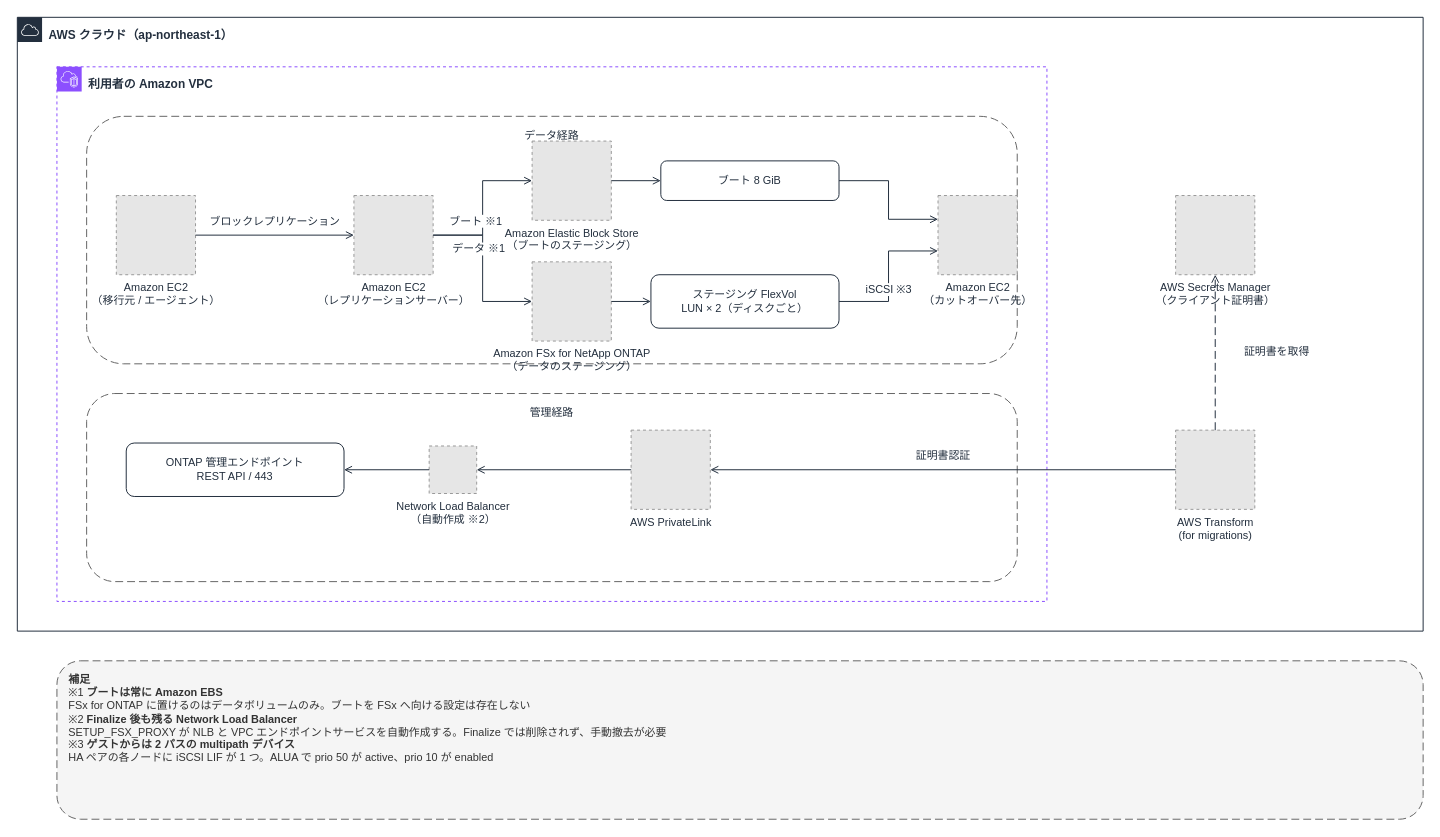
Before: docs/_assets/diagrams/atx-fsxn-migration-overview.drawio in Yoshiki0705/vmware-migration-ec2-ontap, a draw.io diagram. Source tidied: cells renumbered, new cells numbered last; positions are measured from the earlier drawing's top-left corner, leaving out a move shared by most shapes. Both pictures are drawn from the tidied source at 99%, with x=0, y=0 at pixel (17, 17). Pictures stored in the file or linked from it are replaced by grey dashed boxes.
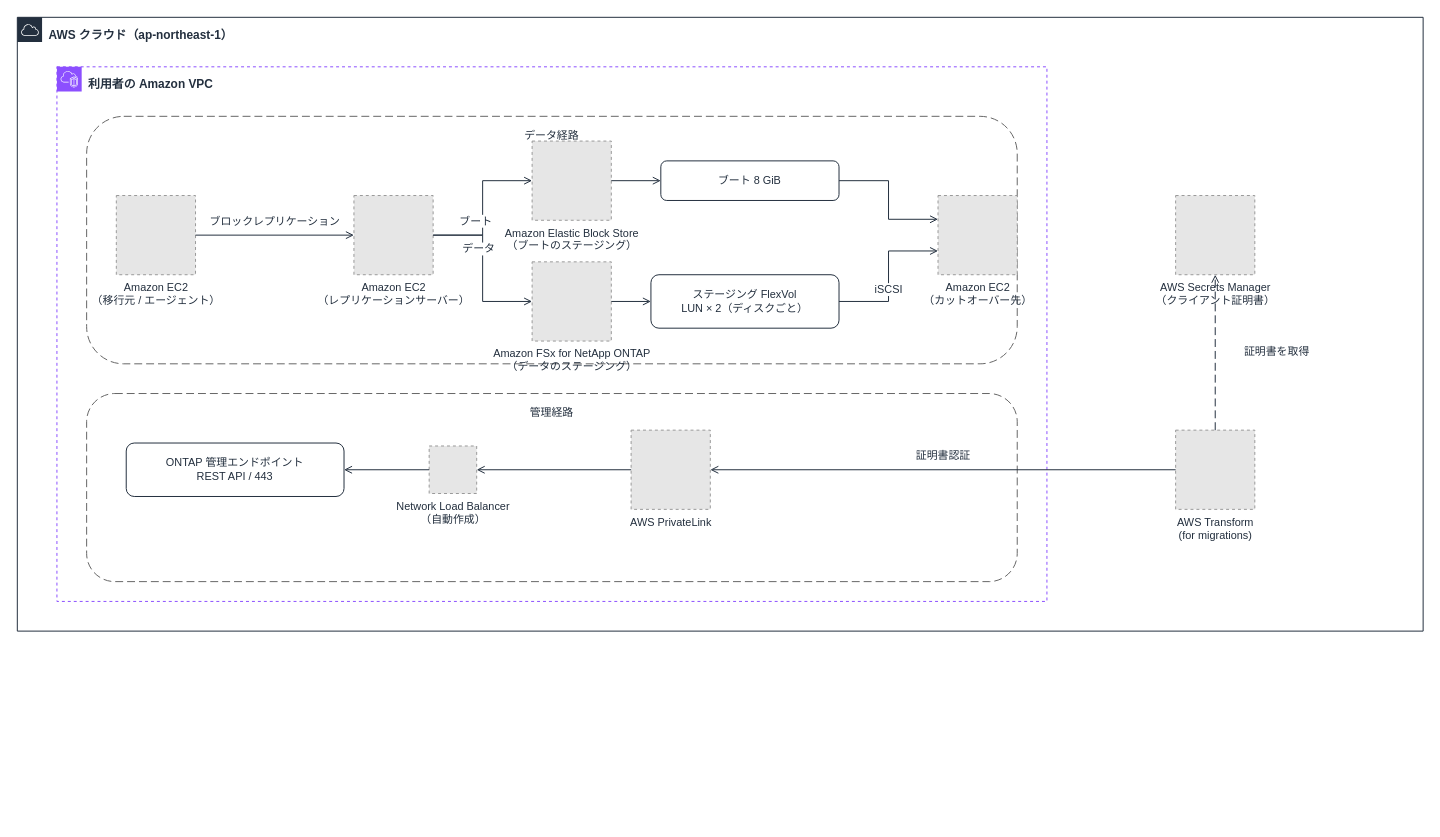
Above is the later version.

The change refers to these unchanged cells:
```xml
<mxCell id="7" value="ステージング FlexVol&#10;LUN × 2（ディスクごと）" style="rounded=1;whiteSpace=wrap;html=1;strokeColor=#232F3E;fillColor=none;fontColor=#232F3E;fontSize=11;verticalAlign=middle;align=center;" parent="1" vertex="1">
  <mxGeometry x="640" y="260" width="190" height="54" as="geometry" />
</mxCell>
<mxCell id="10" value="Amazon EC2&#10;（レプリケーションサーバー）" style="fillColor=#E6E6E6;strokeColor=#999999;dashed=1;html=1;verticalLabelPosition=bottom;verticalAlign=top;labelPosition=center;align=center;fontSize=11;fontColor=#232F3E;" parent="1" vertex="1">
  <mxGeometry x="340" y="180" width="80" height="80" as="geometry" />
</mxCell>
<mxCell id="11" value="Amazon Elastic Block Store&#10;（ブートのステージング）" style="fillColor=#E6E6E6;strokeColor=#999999;dashed=1;html=1;verticalLabelPosition=bottom;verticalAlign=top;labelPosition=center;align=center;fontSize=11;fontColor=#232F3E;" parent="1" vertex="1">
  <mxGeometry x="520" y="125" width="80" height="80" as="geometry" />
</mxCell>
<mxCell id="12" value="Amazon FSx for NetApp ONTAP&#10;（データのステージング）" style="fillColor=#E6E6E6;strokeColor=#999999;dashed=1;html=1;verticalLabelPosition=bottom;verticalAlign=top;labelPosition=center;align=center;fontSize=11;fontColor=#232F3E;" parent="1" vertex="1">
  <mxGeometry x="520" y="247" width="80" height="80" as="geometry" />
</mxCell>
<mxCell id="13" value="Amazon EC2&#10;（カットオーバー先）" style="fillColor=#E6E6E6;strokeColor=#999999;dashed=1;html=1;verticalLabelPosition=bottom;verticalAlign=top;labelPosition=center;align=center;fontSize=11;fontColor=#232F3E;" parent="1" vertex="1">
  <mxGeometry x="930" y="180" width="80" height="80" as="geometry" />
</mxCell>
```

Diff of the diagram source:
```diff
@@
-    <mxCell id="14" value="Network Load Balancer&#10;（自動作成 ※2）" style="fillColor=#E6E6E6;strokeColor=#999999;dashed=1;html=1;verticalLabelPosition=bottom;verticalAlign=top;labelPosition=center;align=center;fontSize=11;fontColor=#232F3E;" parent="1" vertex="1">
+    <mxCell id="14" value="Network Load Balancer&#10;（自動作成）" style="fillColor=#E6E6E6;strokeColor=#999999;dashed=1;html=1;verticalLabelPosition=bottom;verticalAlign=top;labelPosition=center;align=center;fontSize=11;fontColor=#232F3E;" parent="1" vertex="1">
       <mxGeometry x="416" y="433" width="48" height="48" as="geometry" />
     </mxCell>
@@
-    <mxCell id="19" value="ブート ※1" style="edgeStyle=orthogonalEdgeStyle;rounded=0;html=1;endArrow=open;endFill=0;strokeColor=#232F3E;strokeWidth=1;fontSize=11;fontColor=#232F3E;labelBackgroundColor=#FFFFFF;exitX=1;exitY=0.5;exitDx=0;exitDy=0;entryX=0;entryY=0.5;entryDx=0;entryDy=0;" parent="1" edge="1" source="10" target="11">
+    <mxCell id="19" value="ブート" style="edgeStyle=orthogonalEdgeStyle;rounded=0;html=1;endArrow=open;endFill=0;strokeColor=#232F3E;strokeWidth=1;fontSize=11;fontColor=#232F3E;labelBackgroundColor=#FFFFFF;exitX=1;exitY=0.5;exitDx=0;exitDy=0;entryX=0;entryY=0.5;entryDx=0;entryDy=0;" parent="1" edge="1" source="10" target="11">
       <mxGeometry x="-0.45" relative="1" as="geometry">
         <mxPoint y="-14" as="offset" />
       </mxGeometry>
     </mxCell>
-    <mxCell id="20" value="データ ※1" style="edgeStyle=orthogonalEdgeStyle;rounded=0;html=1;endArrow=open;endFill=0;strokeColor=#232F3E;strokeWidth=1;fontSize=11;fontColor=#232F3E;labelBackgroundColor=#FFFFFF;exitX=1;exitY=0.5;exitDx=0;exitDy=0;entryX=0;entryY=0.5;entryDx=0;entryDy=0;" parent="1" edge="1" source="10" target="12">
+    <mxCell id="20" value="データ" style="edgeStyle=orthogonalEdgeStyle;rounded=0;html=1;endArrow=open;endFill=0;strokeColor=#232F3E;strokeWidth=1;fontSize=11;fontColor=#232F3E;labelBackgroundColor=#FFFFFF;exitX=1;exitY=0.5;exitDx=0;exitDy=0;entryX=0;entryY=0.5;entryDx=0;entryDy=0;" parent="1" edge="1" source="10" target="12">
       <mxGeometry x="-0.45" relative="1" as="geometry">
         <mxPoint y="14" as="offset" />
       </mxGeometry>
     </mxCell>
@@
-    <mxCell id="24" value="iSCSI ※3" style="edgeStyle=orthogonalEdgeStyle;rounded=0;html=1;endArrow=open;endFill=0;strokeColor=#232F3E;strokeWidth=1;fontSize=11;fontColor=#232F3E;labelBackgroundColor=#FFFFFF;exitX=1;exitY=0.5;exitDx=0;exitDy=0;entryX=0;entryY=0.7;entryDx=0;entryDy=0;" parent="1" edge="1" source="7" target="13">
+    <mxCell id="24" value="iSCSI" style="edgeStyle=orthogonalEdgeStyle;rounded=0;html=1;endArrow=open;endFill=0;strokeColor=#232F3E;strokeWidth=1;fontSize=11;fontColor=#232F3E;labelBackgroundColor=#FFFFFF;exitX=1;exitY=0.5;exitDx=0;exitDy=0;entryX=0;entryY=0.7;entryDx=0;entryDy=0;" parent="1" edge="1" source="7" target="13">
       <mxGeometry relative="1" as="geometry">
         <mxPoint y="14" as="offset" />
       </mxGeometry>
     </mxCell>
@@
-    <mxCell id="29" value="&lt;b&gt;補足&lt;/b&gt;&lt;br&gt;※1 &lt;b&gt;ブートは常に Amazon EBS&lt;/b&gt;&lt;br&gt;FSx for ONTAP に置けるのはデータボリュームのみ。ブートを FSx へ向ける設定は存在しない&lt;br&gt;※2 &lt;b&gt;Finalize 後も残る Network Load Balancer&lt;/b&gt;&lt;br&gt;SETUP_FSX_PROXY が NLB と VPC エンドポイントサービスを自動作成する。Finalize では削除されず、手動撤去が必要&lt;br&gt;※3 &lt;b&gt;ゲストからは 2 パスの multipath デバイス&lt;/b&gt;&lt;br&gt;HA ペアの各ノードに iSCSI LIF が 1 つ。ALUA で prio 50 が active、prio 10 が enabled" style="rounded=1;whiteSpace=wrap;html=1;dashed=1;dashPattern=8 4;strokeColor=#666666;fillColor=#F5F5F5;fontColor=#333333;fontSize=11;align=left;verticalAlign=top;spacingLeft=10;spacingTop=6;" parent="1" vertex="1">
-      <mxGeometry x="40" y="650" width="1380" height="160" as="geometry" />
-    </mxCell>
```
